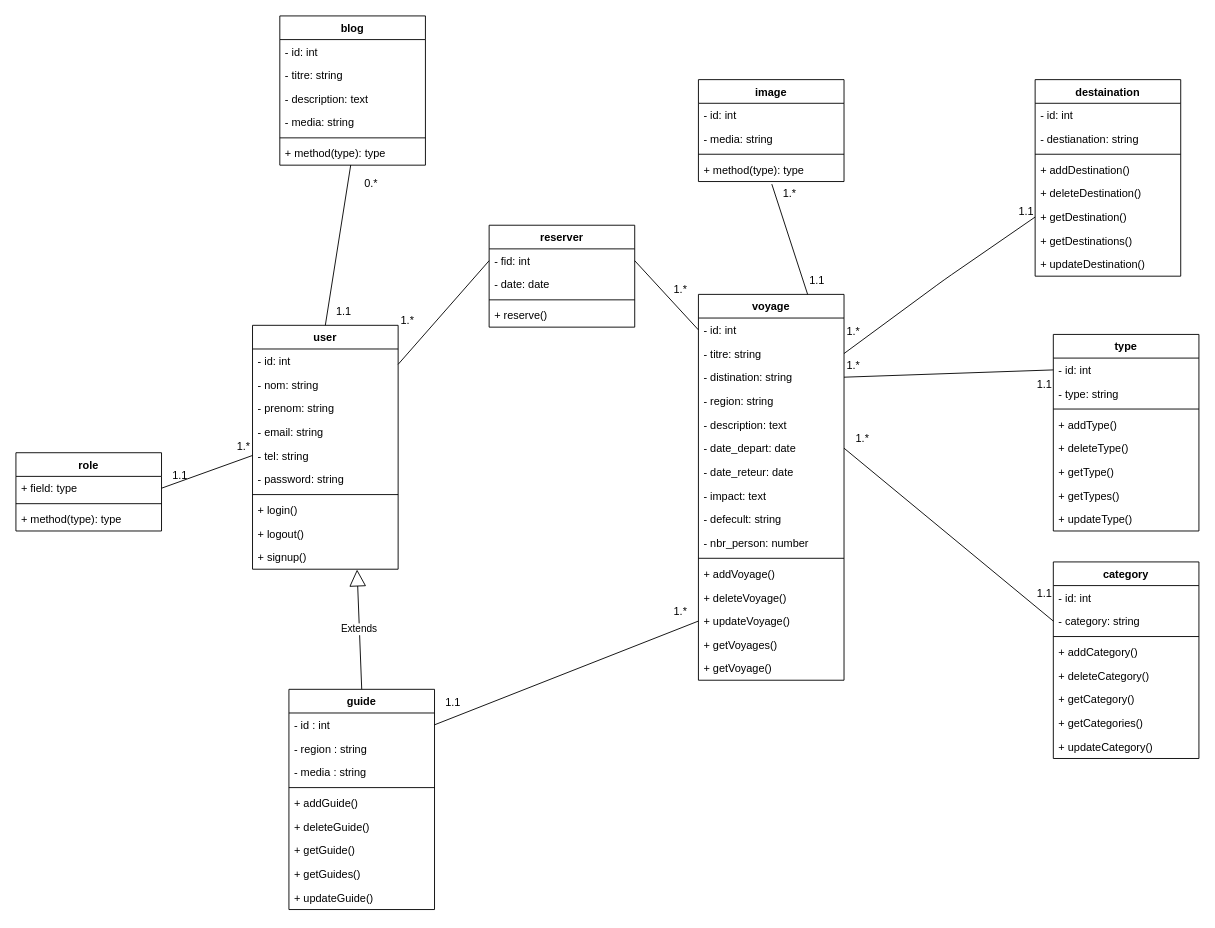
This is conception/diagramme_classe.drawio from AllaouiJihad/On_the_Road, a draw.io file, before an edit. Source tidied: cells renumbered, new cells numbered last; positions are measured from the earlier drawing's top-left corner, leaving out a move shared by most shapes. Both pictures are drawn from the tidied source at 91%, with x=0, y=0 at pixel (15, 15).
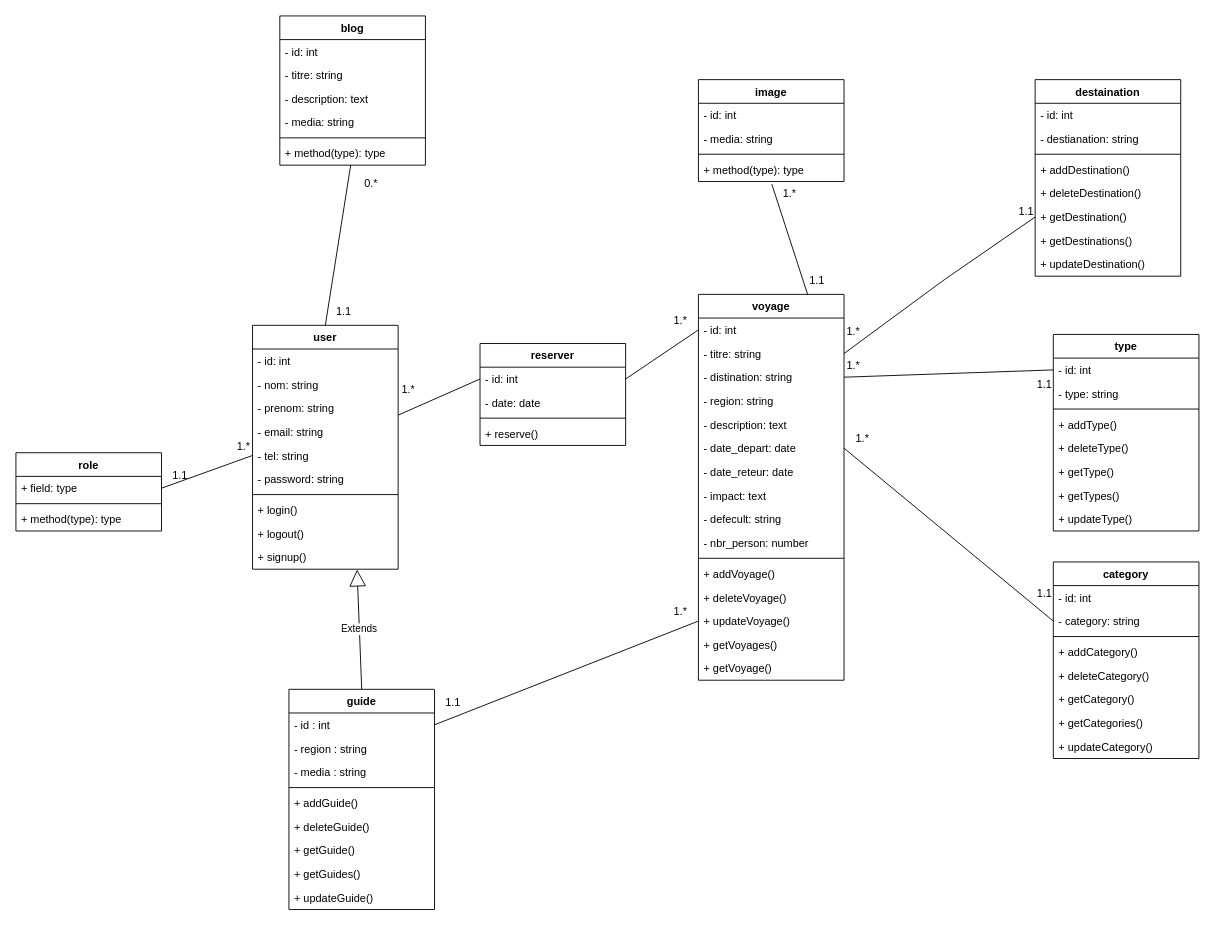
After the change.

Diff of the diagram source:
```diff
@@
     <mxCell id="78" value="reserver" style="swimlane;fontStyle=1;align=center;verticalAlign=top;horizontal=1;startSize=26;" parent="1" vertex="1">
-      <mxGeometry x="520" y="230" width="160" height="112" as="geometry" />
+      <mxGeometry x="510" y="360" width="160" height="112" as="geometry" />
     </mxCell>
-    <mxCell id="79" value="- fid: int" style="text;strokeColor=none;fillColor=none;align=left;verticalAlign=top;spacingLeft=4;spacingRight=4;overflow=hidden;points=[[0,0.5],[1,0.5]];portConstraint=eastwest;" parent="78" vertex="1">
+    <mxCell id="79" value="- id: int" style="text;strokeColor=none;fillColor=none;align=left;verticalAlign=top;spacingLeft=4;spacingRight=4;overflow=hidden;points=[[0,0.5],[1,0.5]];portConstraint=eastwest;" parent="78" vertex="1">
       <mxGeometry y="26" width="160" height="26" as="geometry" />
     </mxCell>
@@
     <mxCell id="105" value="1.*" style="text;html=1;align=center;verticalAlign=middle;strokeColor=none;fillColor=none;" parent="1" vertex="1">
-      <mxGeometry x="710" y="286" width="40" height="30" as="geometry" />
+      <mxGeometry x="710" y="320" width="40" height="30" as="geometry" />
     </mxCell>
     <mxCell id="106" value="1.*" style="text;html=1;align=center;verticalAlign=middle;strokeColor=none;fillColor=none;" parent="1" vertex="1">
-      <mxGeometry x="410" y="320" width="40" height="30" as="geometry" />
+      <mxGeometry x="411" y="396" width="40" height="30" as="geometry" />
     </mxCell>
```
